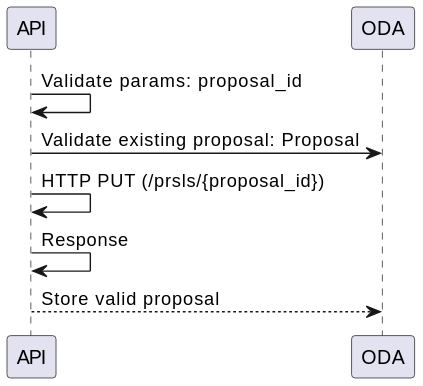
The PlantUML diagram docs/src/internal/diagrams/edit_proposal_api.svg in ska-telescope/ska-oso-services, before a commit.
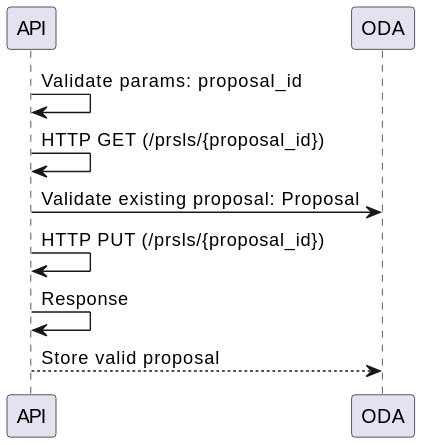
Later version of the same file.

The edit, as a diff of the source:
```diff
@@ -1,5 +1,6 @@
 @startuml
 API -> API: Validate params: proposal_id
+API -> API: HTTP GET (/prsls/{proposal_id})
 API -> ODA: Validate existing proposal: Proposal
 API -> API: HTTP PUT (/prsls/{proposal_id})
 API -> API: Response
```
